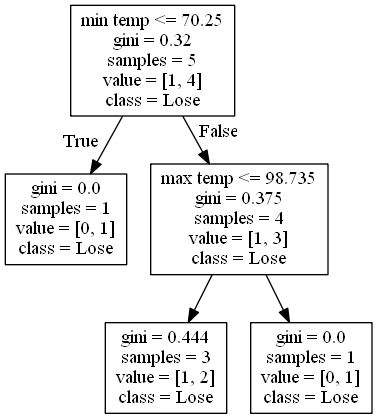
alexana-steck/CSE482Project keeps this Graphviz diagram as DecisionTrees/Pac-12decision_tree_no_score_or_attendance5.png. Above is the earlier version. Its source is kept beside it as DecisionTrees/Pac-12decision_tree_no_score_or_attendance5.dot.
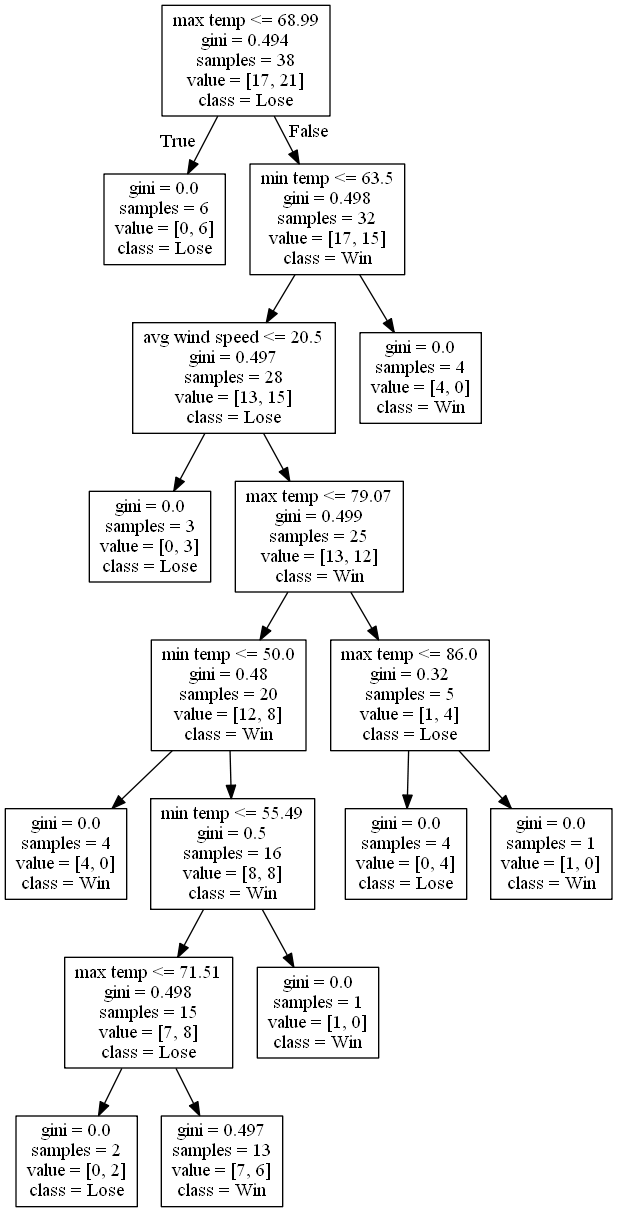
The same file after the commit.

Change to the diagram source:
```diff
@@ -1,12 +1,36 @@
 digraph Tree {
 node [shape=box] ;
-0 [label="min temp <= 70.25\ngini = 0.32\nsamples = 5\nvalue = [1, 4]\nclass = Lose"] ;
-1 [label="gini = 0.0\nsamples = 1\nvalue = [0, 1]\nclass = Lose"] ;
+0 [label="max temp <= 68.99\ngini = 0.494\nsamples = 38\nvalue = [17, 21]\nclass = Lose"] ;
+1 [label="gini = 0.0\nsamples = 6\nvalue = [0, 6]\nclass = Lose"] ;
 0 -> 1 [labeldistance=2.5, labelangle=45, headlabel="True"] ;
-2 [label="max temp <= 98.735\ngini = 0.375\nsamples = 4\nvalue = [1, 3]\nclass = Lose"] ;
+2 [label="min temp <= 63.5\ngini = 0.498\nsamples = 32\nvalue = [17, 15]\nclass = Win"] ;
 0 -> 2 [labeldistance=2.5, labelangle=-45, headlabel="False"] ;
-3 [label="gini = 0.444\nsamples = 3\nvalue = [1, 2]\nclass = Lose"] ;
+3 [label="avg wind speed <= 20.5\ngini = 0.497\nsamples = 28\nvalue = [13, 15]\nclass = Lose"] ;
 2 -> 3 ;
-4 [label="gini = 0.0\nsamples = 1\nvalue = [0, 1]\nclass = Lose"] ;
-2 -> 4 ;
+4 [label="gini = 0.0\nsamples = 3\nvalue = [0, 3]\nclass = Lose"] ;
+3 -> 4 ;
+5 [label="max temp <= 79.07\ngini = 0.499\nsamples = 25\nvalue = [13, 12]\nclass = Win"] ;
+3 -> 5 ;
+6 [label="min temp <= 50.0\ngini = 0.48\nsamples = 20\nvalue = [12, 8]\nclass = Win"] ;
+5 -> 6 ;
+7 [label="gini = 0.0\nsamples = 4\nvalue = [4, 0]\nclass = Win"] ;
+6 -> 7 ;
+8 [label="min temp <= 55.49\ngini = 0.5\nsamples = 16\nvalue = [8, 8]\nclass = Win"] ;
+6 -> 8 ;
+9 [label="max temp <= 71.51\ngini = 0.498\nsamples = 15\nvalue = [7, 8]\nclass = Lose"] ;
+8 -> 9 ;
+10 [label="gini = 0.0\nsamples = 2\nvalue = [0, 2]\nclass = Lose"] ;
+9 -> 10 ;
+11 [label="gini = 0.497\nsamples = 13\nvalue = [7, 6]\nclass = Win"] ;
+9 -> 11 ;
+12 [label="gini = 0.0\nsamples = 1\nvalue = [1, 0]\nclass = Win"] ;
+8 -> 12 ;
+13 [label="max temp <= 86.0\ngini = 0.32\nsamples = 5\nvalue = [1, 4]\nclass = Lose"] ;
+5 -> 13 ;
+14 [label="gini = 0.0\nsamples = 4\nvalue = [0, 4]\nclass = Lose"] ;
+13 -> 14 ;
+15 [label="gini = 0.0\nsamples = 1\nvalue = [1, 0]\nclass = Win"] ;
+13 -> 15 ;
+16 [label="gini = 0.0\nsamples = 4\nvalue = [4, 0]\nclass = Win"] ;
+2 -> 16 ;
 }
```
